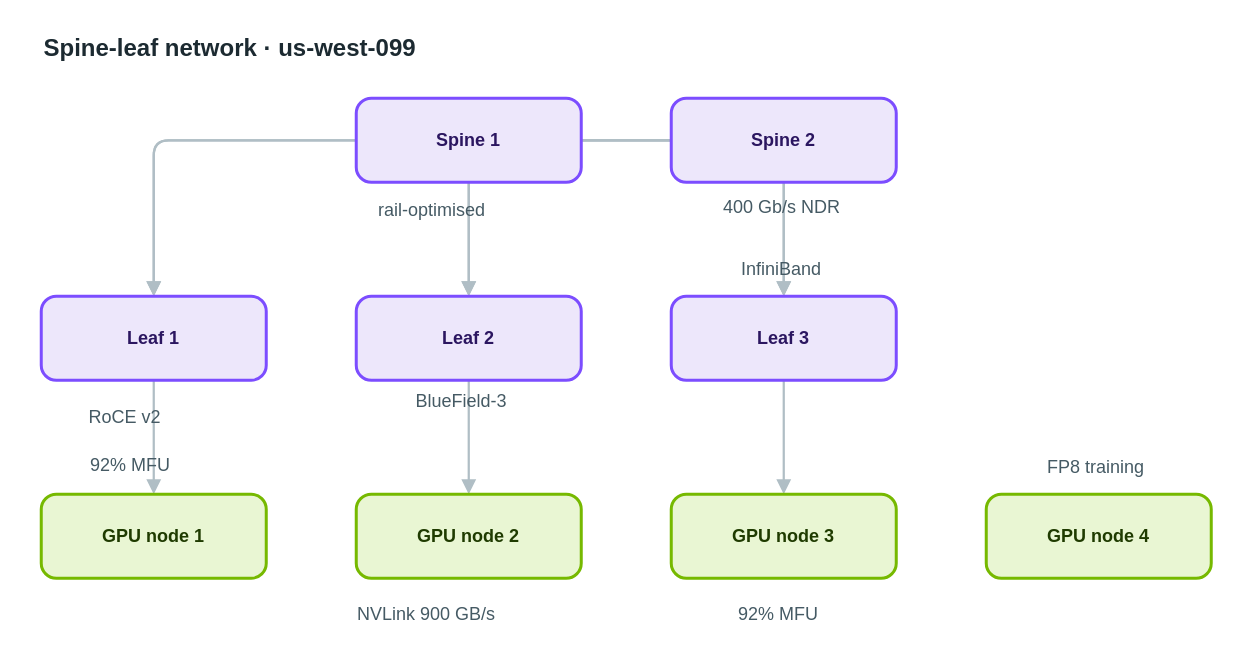
This is apps/web/public/samples/library/099-spine-leaf-network.drawio from AryanG01/open-apprentice, a draw.io file, before an edit. Source tidied: cells renumbered, new cells numbered last; positions are measured from the earlier drawing's top-left corner, leaving out a move shared by most shapes. Both pictures are drawn from the tidied source at 150%, with x=0, y=0 at pixel (40, 26).
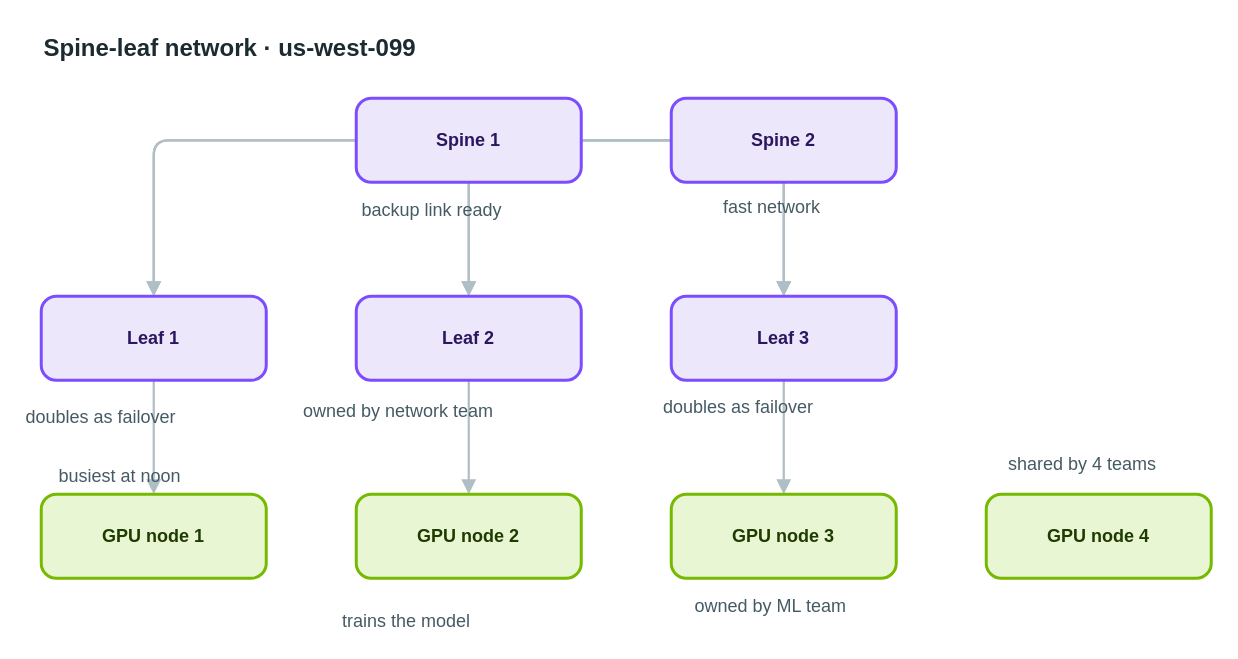
After the change.

What changed in the source:
```diff
@@
-    <mxCell id="21" value="rail-optimised" style="text;html=1;align=left;verticalAlign=top;whiteSpace=nowrap;spacing=0;spacingTop=0;strokeColor=none;fillColor=none;fontSize=12;fontColor=#455a64;" parent="1" vertex="1">
-      <mxGeometry x="225" y="111" width="110" height="20" as="geometry" />
+    <mxCell id="21" value="backup link ready" style="text;html=1;align=left;verticalAlign=top;whiteSpace=nowrap;spacing=0;spacingTop=0;strokeColor=none;fillColor=none;fontSize=12;fontColor=#455a64;" parent="1" vertex="1">
+      <mxGeometry x="214" y="111" width="131" height="20" as="geometry" />
     </mxCell>
-    <mxCell id="22" value="400 Gb/s NDR" style="text;html=1;align=left;verticalAlign=top;whiteSpace=nowrap;spacing=0;spacingTop=0;strokeColor=none;fillColor=none;fontSize=12;fontColor=#455a64;" parent="1" vertex="1">
+    <mxCell id="22" value="fast network" style="text;html=1;align=left;verticalAlign=top;whiteSpace=nowrap;spacing=0;spacingTop=0;strokeColor=none;fillColor=none;fontSize=12;fontColor=#455a64;" parent="1" vertex="1">
       <mxGeometry x="455" y="109" width="96" height="20" as="geometry" />
     </mxCell>
-    <mxCell id="23" value="RoCE v2" style="text;html=1;align=left;verticalAlign=top;whiteSpace=nowrap;spacing=0;spacingTop=0;strokeColor=none;fillColor=none;fontSize=12;fontColor=#455a64;" parent="1" vertex="1">
-      <mxGeometry x="32" y="249" width="61" height="20" as="geometry" />
+    <mxCell id="23" value="doubles as failover" style="text;html=1;align=left;verticalAlign=top;whiteSpace=nowrap;spacing=0;spacingTop=0;strokeColor=none;fillColor=none;fontSize=12;fontColor=#455a64;" parent="1" vertex="1">
+      <mxGeometry x="-10" y="249" width="145" height="20" as="geometry" />
     </mxCell>
-    <mxCell id="24" value="BlueField-3" style="text;html=1;align=left;verticalAlign=top;whiteSpace=nowrap;spacing=0;spacingTop=0;strokeColor=none;fillColor=none;fontSize=12;fontColor=#455a64;" parent="1" vertex="1">
-      <mxGeometry x="250" y="238" width="89" height="20" as="geometry" />
+    <mxCell id="24" value="owned by network team" style="text;html=1;align=left;verticalAlign=top;whiteSpace=nowrap;spacing=0;spacingTop=0;strokeColor=none;fillColor=none;fontSize=12;fontColor=#455a64;" parent="1" vertex="1">
+      <mxGeometry x="175" y="245" width="159" height="20" as="geometry" />
     </mxCell>
-    <mxCell id="25" value="InfiniBand" style="text;html=1;align=left;verticalAlign=top;whiteSpace=nowrap;spacing=0;spacingTop=0;strokeColor=none;fillColor=none;fontSize=12;fontColor=#455a64;" parent="1" vertex="1">
-      <mxGeometry x="467" y="150" width="82" height="20" as="geometry" />
+    <mxCell id="25" value="doubles as failover" style="text;html=1;align=left;verticalAlign=top;whiteSpace=nowrap;spacing=0;spacingTop=0;strokeColor=none;fillColor=none;fontSize=12;fontColor=#455a64;" parent="1" vertex="1">
+      <mxGeometry x="415" y="242" width="145" height="20" as="geometry" />
     </mxCell>
-    <mxCell id="26" value="92% MFU" style="text;html=1;align=left;verticalAlign=top;whiteSpace=nowrap;spacing=0;spacingTop=0;strokeColor=none;fillColor=none;fontSize=12;fontColor=#455a64;" parent="1" vertex="1">
-      <mxGeometry x="33" y="281" width="61" height="20" as="geometry" />
+    <mxCell id="26" value="busiest at noon" style="text;html=1;align=left;verticalAlign=top;whiteSpace=nowrap;spacing=0;spacingTop=0;strokeColor=none;fillColor=none;fontSize=12;fontColor=#455a64;" parent="1" vertex="1">
+      <mxGeometry x="12" y="288" width="117" height="20" as="geometry" />
     </mxCell>
-    <mxCell id="27" value="NVLink 900 GB/s" style="text;html=1;align=left;verticalAlign=top;whiteSpace=nowrap;spacing=0;spacingTop=0;strokeColor=none;fillColor=none;fontSize=12;fontColor=#455a64;" parent="1" vertex="1">
-      <mxGeometry x="211" y="380" width="117" height="20" as="geometry" />
+    <mxCell id="27" value="trains the model" style="text;html=1;align=left;verticalAlign=top;whiteSpace=nowrap;spacing=0;spacingTop=0;strokeColor=none;fillColor=none;fontSize=12;fontColor=#455a64;" parent="1" vertex="1">
+      <mxGeometry x="201" y="385" width="124" height="20" as="geometry" />
     </mxCell>
-    <mxCell id="28" value="92% MFU" style="text;html=1;align=left;verticalAlign=top;whiteSpace=nowrap;spacing=0;spacingTop=0;strokeColor=none;fillColor=none;fontSize=12;fontColor=#455a64;" parent="1" vertex="1">
-      <mxGeometry x="465" y="380" width="61" height="20" as="geometry" />
+    <mxCell id="28" value="owned by ML team" style="text;html=1;align=left;verticalAlign=top;whiteSpace=nowrap;spacing=0;spacingTop=0;strokeColor=none;fillColor=none;fontSize=12;fontColor=#455a64;" parent="1" vertex="1">
+      <mxGeometry x="436" y="375" width="124" height="20" as="geometry" />
     </mxCell>
-    <mxCell id="29" value="FP8 training" style="text;html=1;align=left;verticalAlign=top;whiteSpace=nowrap;spacing=0;spacingTop=0;strokeColor=none;fillColor=none;fontSize=12;fontColor=#455a64;" parent="1" vertex="1">
-      <mxGeometry x="671" y="282" width="96" height="20" as="geometry" />
+    <mxCell id="29" value="shared by 4 teams" style="text;html=1;align=left;verticalAlign=top;whiteSpace=nowrap;spacing=0;spacingTop=0;strokeColor=none;fillColor=none;fontSize=12;fontColor=#455a64;" parent="1" vertex="1">
+      <mxGeometry x="645" y="280" width="131" height="20" as="geometry" />
     </mxCell>
```
